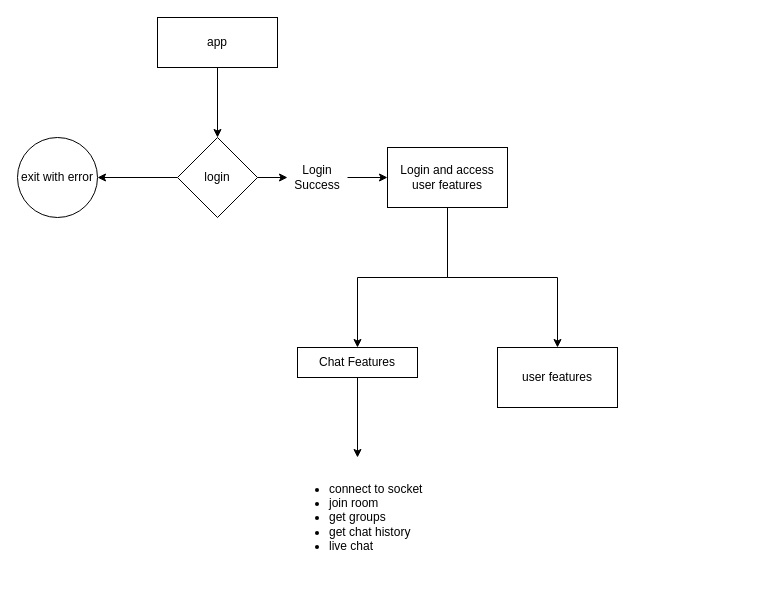
The draw.io diagram Untitled Diagram.drawio in giriposhaneshwar/practice, before the edit. Source tidied: cells renumbered, new cells numbered last; positions are measured from the earlier drawing's top-left corner, leaving out a move shared by most shapes. Both pictures are drawn from the tidied source at 100%, with x=0, y=0 at pixel (17, 17).
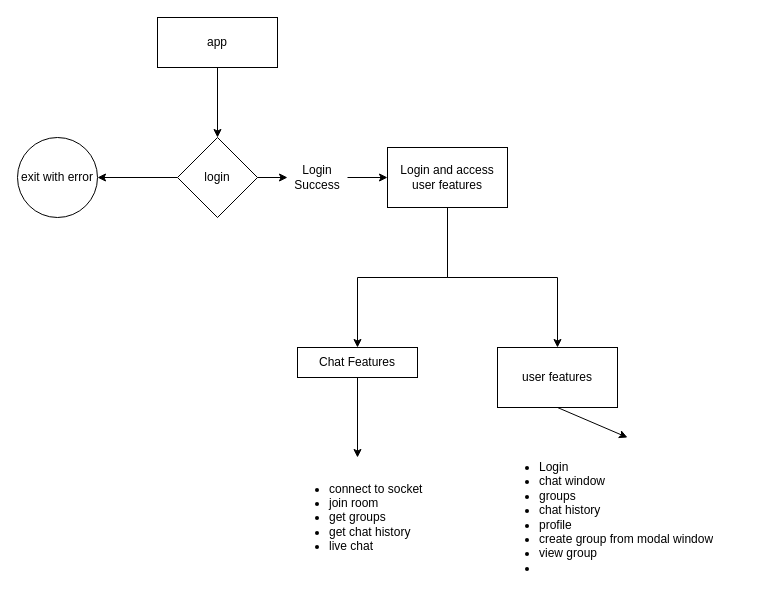
The same diagram, later.

What changed in the source:
```diff
@@
 <mxGraphModel>
   <root>
     <mxCell id="0" />
     <mxCell id="1" parent="0" />
     <mxCell id="2" style="edgeStyle=orthogonalEdgeStyle;rounded=0;jettySize=auto;html=1;" parent="1" edge="1" source="3" target="6">
       <mxGeometry relative="1" as="geometry" />
     </mxCell>
     <mxCell id="3" value="app" style="rounded=0;whiteSpace=wrap;html=1;" parent="1" vertex="1">
       <mxGeometry x="140" width="120" height="50" as="geometry" />
     </mxCell>
     <mxCell id="4" style="edgeStyle=orthogonalEdgeStyle;rounded=0;jettySize=auto;html=1;" parent="1" edge="1" source="12" target="9">
       <mxGeometry relative="1" as="geometry" />
     </mxCell>
     <mxCell id="5" style="edgeStyle=orthogonalEdgeStyle;rounded=0;jettySize=auto;html=1;" parent="1" edge="1" source="6" target="10">
       <mxGeometry relative="1" as="geometry" />
     </mxCell>
     <mxCell id="6" value="login" style="rhombus;whiteSpace=wrap;html=1;rounded=0;" parent="1" vertex="1">
       <mxGeometry x="160" y="120" width="80" height="80" as="geometry" />
     </mxCell>
     <mxCell id="7" style="edgeStyle=orthogonalEdgeStyle;rounded=0;jettySize=auto;html=1;" parent="1" edge="1" source="9" target="13">
       <mxGeometry relative="1" as="geometry" />
     </mxCell>
     <mxCell id="8" style="edgeStyle=orthogonalEdgeStyle;rounded=0;jettySize=auto;html=1;" parent="1" edge="1" source="9" target="15">
       <mxGeometry relative="1" as="geometry" />
     </mxCell>
     <mxCell id="9" value="Login and access user features" style="whiteSpace=wrap;html=1;rounded=0;" parent="1" vertex="1">
       <mxGeometry x="370" y="130" width="120" height="60" as="geometry" />
     </mxCell>
     <mxCell id="10" value="exit with error" style="ellipse;whiteSpace=wrap;html=1;rounded=0;" parent="1" vertex="1">
       <mxGeometry y="120" width="80" height="80" as="geometry" />
     </mxCell>
     <mxCell id="11" style="edgeStyle=orthogonalEdgeStyle;rounded=0;jettySize=auto;html=1;" parent="1" edge="1" source="6" target="12">
       <mxGeometry relative="1" as="geometry" />
     </mxCell>
     <mxCell id="12" value="Login Success" style="text;html=1;strokeColor=none;fillColor=none;align=center;verticalAlign=middle;whiteSpace=wrap;rounded=0;" parent="1" vertex="1">
       <mxGeometry x="270" y="145" width="60" height="30" as="geometry" />
     </mxCell>
+    <mxCell id="17" style="edgeStyle=none;rounded=0;jettySize=auto;html=1;exitX=0.5;exitY=1;exitDx=0;exitDy=0;entryX=0.5;entryY=0;entryDx=0;entryDy=0;" parent="1" edge="1" source="13" target="18">
+      <mxGeometry relative="1" as="geometry" />
+    </mxCell>
     <mxCell id="13" value="user features&lt;br&gt;" style="whiteSpace=wrap;html=1;rounded=0;" parent="1" vertex="1">
       <mxGeometry x="480" y="330" width="120" height="60" as="geometry" />
     </mxCell>
     <mxCell id="14" style="edgeStyle=orthogonalEdgeStyle;rounded=0;jettySize=auto;html=1;exitX=0.5;exitY=1;exitDx=0;exitDy=0;" parent="1" edge="1" source="15" target="16">
       <mxGeometry relative="1" as="geometry" />
     </mxCell>
     <mxCell id="15" value="Chat Features&lt;br&gt;" style="whiteSpace=wrap;html=1;rounded=0;" parent="1" vertex="1">
       <mxGeometry x="280" y="330" width="120" height="30" as="geometry" />
     </mxCell>
     <mxCell id="16" value="&lt;ul&gt;&lt;li&gt;connect to socket&amp;nbsp;&lt;/li&gt;&lt;li&gt;join room&lt;/li&gt;&lt;li&gt;get groups&lt;/li&gt;&lt;li&gt;get chat history&lt;/li&gt;&lt;li&gt;live chat&lt;/li&gt;&lt;/ul&gt;" style="text;strokeColor=none;fillColor=none;html=1;whiteSpace=wrap;verticalAlign=middle;overflow=hidden;" parent="1" vertex="1">
       <mxGeometry x="270" y="440" width="140" height="120" as="geometry" />
     </mxCell>
+    <mxCell id="18" value="&lt;ul&gt;&lt;li&gt;Login&lt;/li&gt;&lt;li&gt;chat window&lt;/li&gt;&lt;li&gt;groups&lt;/li&gt;&lt;li&gt;chat history&lt;/li&gt;&lt;li&gt;profile&lt;/li&gt;&lt;li&gt;create group from modal window&lt;/li&gt;&lt;li&gt;&lt;span style=&quot;background-color: initial;&quot;&gt;view group&lt;/span&gt;&lt;br&gt;&lt;/li&gt;&lt;li&gt;&lt;br&gt;&lt;/li&gt;&lt;/ul&gt;" style="text;strokeColor=none;fillColor=none;html=1;whiteSpace=wrap;verticalAlign=middle;overflow=hidden;labelPosition=center;verticalLabelPosition=middle;align=left;horizontal=1;" parent="1" vertex="1">
+      <mxGeometry x="480" y="420" width="260" height="160" as="geometry" />
+    </mxCell>
   </root>
 </mxGraphModel>
```
